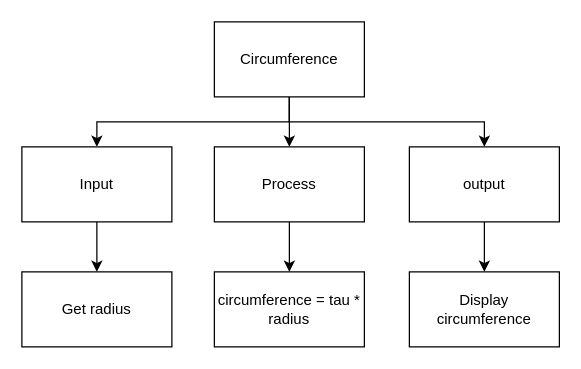
Before: page "Top Down" (1 of 2) of design.drawio in Samuel-Webster-178/ICS3U-Assignment-07-Python, a draw.io diagram. Source tidied: cells renumbered, new cells numbered last; positions are measured from the earlier drawing's top-left corner, leaving out a move shared by most shapes. Both pictures are drawn from the tidied source at 125%, with x=0, y=0 at pixel (21, 21).
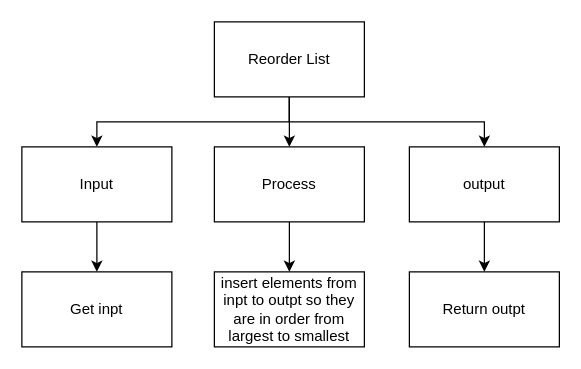
After the change.

What changed in the source:
```diff
@@
 <mxGraphModel>
   <root>
     <mxCell id="0" />
     <mxCell id="1" parent="0" />
     <mxCell id="2" style="edgeStyle=none;html=1;" parent="1" edge="1" source="5" target="9">
       <mxGeometry relative="1" as="geometry" />
     </mxCell>
     <mxCell id="3" style="edgeStyle=orthogonalEdgeStyle;html=1;entryX=0.5;entryY=0;entryDx=0;entryDy=0;rounded=0;" parent="1" edge="1" source="5" target="7">
       <mxGeometry relative="1" as="geometry">
         <Array as="points">
           <mxPoint x="214" y="80" />
           <mxPoint x="60" y="80" />
         </Array>
       </mxGeometry>
     </mxCell>
     <mxCell id="4" style="edgeStyle=orthogonalEdgeStyle;html=1;entryX=0.5;entryY=0;entryDx=0;entryDy=0;rounded=0;" parent="1" edge="1" source="5" target="11">
       <mxGeometry relative="1" as="geometry">
         <Array as="points">
           <mxPoint x="214" y="80" />
           <mxPoint x="370" y="80" />
         </Array>
       </mxGeometry>
     </mxCell>
-    <mxCell id="5" value="Circumference" style="rounded=0;whiteSpace=wrap;html=1;" parent="1" vertex="1">
+    <mxCell id="5" value="Reorder List" style="rounded=0;whiteSpace=wrap;html=1;" parent="1" vertex="1">
       <mxGeometry x="154" width="120" height="60" as="geometry" />
     </mxCell>
     <mxCell id="6" style="edgeStyle=orthogonalEdgeStyle;rounded=0;html=1;" parent="1" edge="1" source="7" target="12">
       <mxGeometry relative="1" as="geometry" />
     </mxCell>
     <mxCell id="7" value="Input" style="rounded=0;whiteSpace=wrap;html=1;" parent="1" vertex="1">
       <mxGeometry y="100" width="120" height="60" as="geometry" />
     </mxCell>
     <mxCell id="8" style="edgeStyle=orthogonalEdgeStyle;rounded=0;html=1;" parent="1" edge="1" source="9" target="13">
       <mxGeometry relative="1" as="geometry" />
     </mxCell>
     <mxCell id="9" value="Process" style="rounded=0;whiteSpace=wrap;html=1;" parent="1" vertex="1">
       <mxGeometry x="154" y="100" width="120" height="60" as="geometry" />
     </mxCell>
     <mxCell id="10" style="edgeStyle=orthogonalEdgeStyle;rounded=0;html=1;" parent="1" edge="1" source="11" target="14">
       <mxGeometry relative="1" as="geometry" />
     </mxCell>
     <mxCell id="11" value="output" style="rounded=0;whiteSpace=wrap;html=1;" parent="1" vertex="1">
       <mxGeometry x="310" y="100" width="120" height="60" as="geometry" />
     </mxCell>
-    <mxCell id="12" value="Get radius" style="rounded=0;whiteSpace=wrap;html=1;" parent="1" vertex="1">
+    <mxCell id="12" value="Get inpt" style="rounded=0;whiteSpace=wrap;html=1;" parent="1" vertex="1">
       <mxGeometry y="200" width="120" height="60" as="geometry" />
     </mxCell>
-    <mxCell id="13" value="circumference = tau * radius" style="rounded=0;whiteSpace=wrap;html=1;" parent="1" vertex="1">
+    <mxCell id="13" value="insert elements from inpt to outpt so they are in order from largest to smallest" style="rounded=0;whiteSpace=wrap;html=1;" parent="1" vertex="1">
       <mxGeometry x="154" y="200" width="120" height="60" as="geometry" />
     </mxCell>
-    <mxCell id="14" value="Display circumference" style="rounded=0;whiteSpace=wrap;html=1;" parent="1" vertex="1">
+    <mxCell id="14" value="Return outpt" style="rounded=0;whiteSpace=wrap;html=1;" parent="1" vertex="1">
       <mxGeometry x="310" y="200" width="120" height="60" as="geometry" />
     </mxCell>
   </root>
 </mxGraphModel>
```
